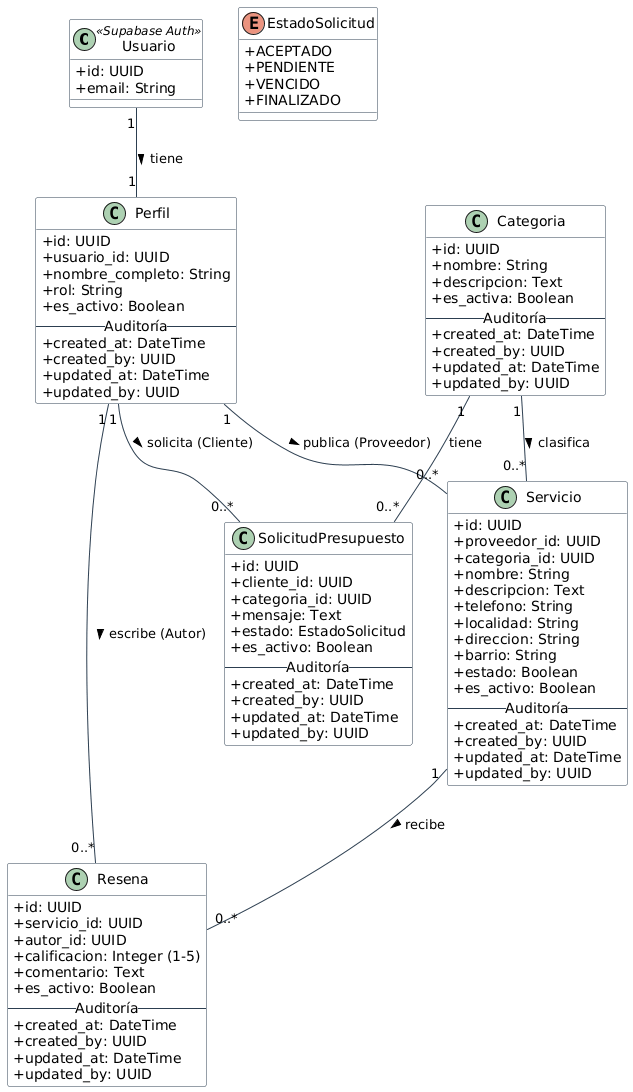
SimpleDevsSL/guia-puntana keeps this PlantUML diagram as docs/DiagramaDeClases.png. Above is the earlier version.
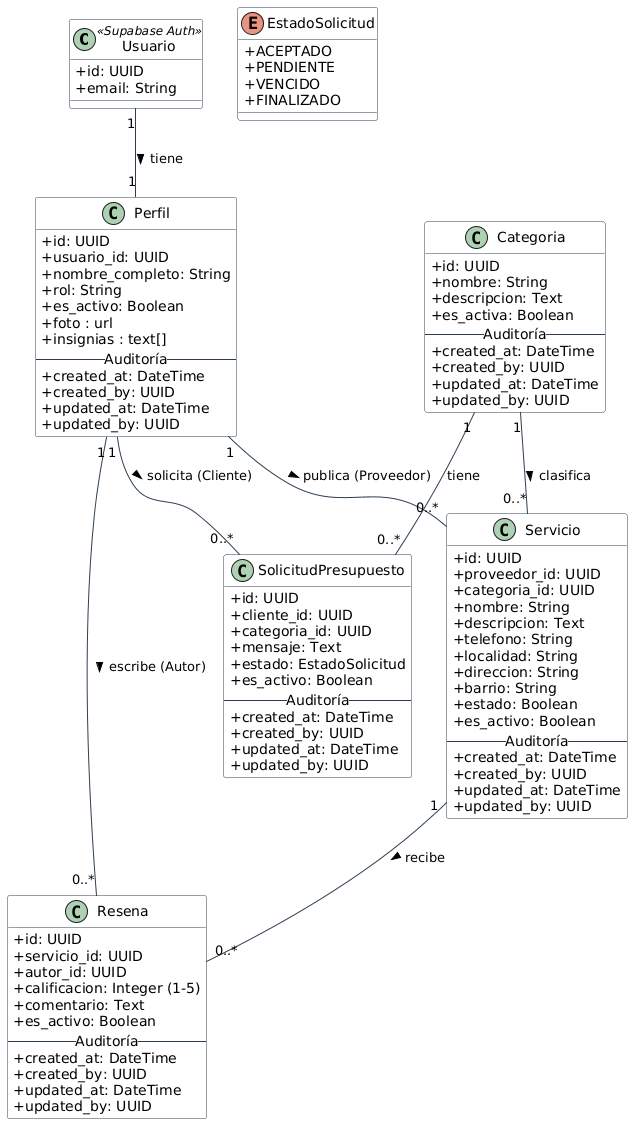
The same diagram one commit later.

Change to the diagram source:
```diff
@@ -17,6 +17,8 @@
     + nombre_completo: String
     + rol: String
     + es_activo: Boolean
+    + foto : url
+    + insignias : text[]
     -- Auditoría --
     + created_at: DateTime
     + created_by: UUID
```
